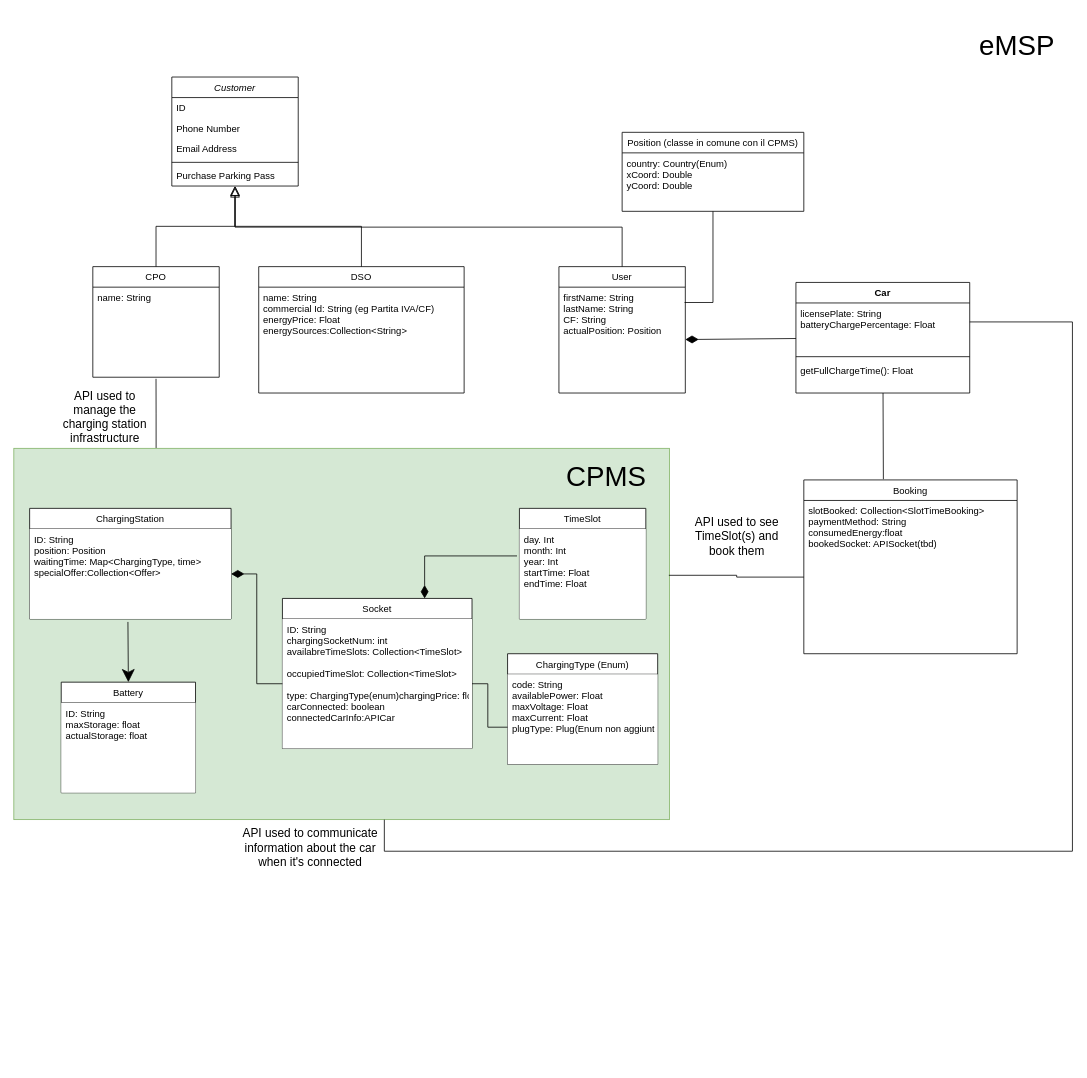
Before: SE2 - UML 1.drawio in Mattia-Zambetti/softeng-GC35, a draw.io diagram. Source tidied: cells renumbered, new cells numbered last; positions are measured from the earlier drawing's top-left corner, leaving out a move shared by most shapes. Both pictures are drawn from the tidied source at 79%, with x=0, y=0 at pixel (13, 13).
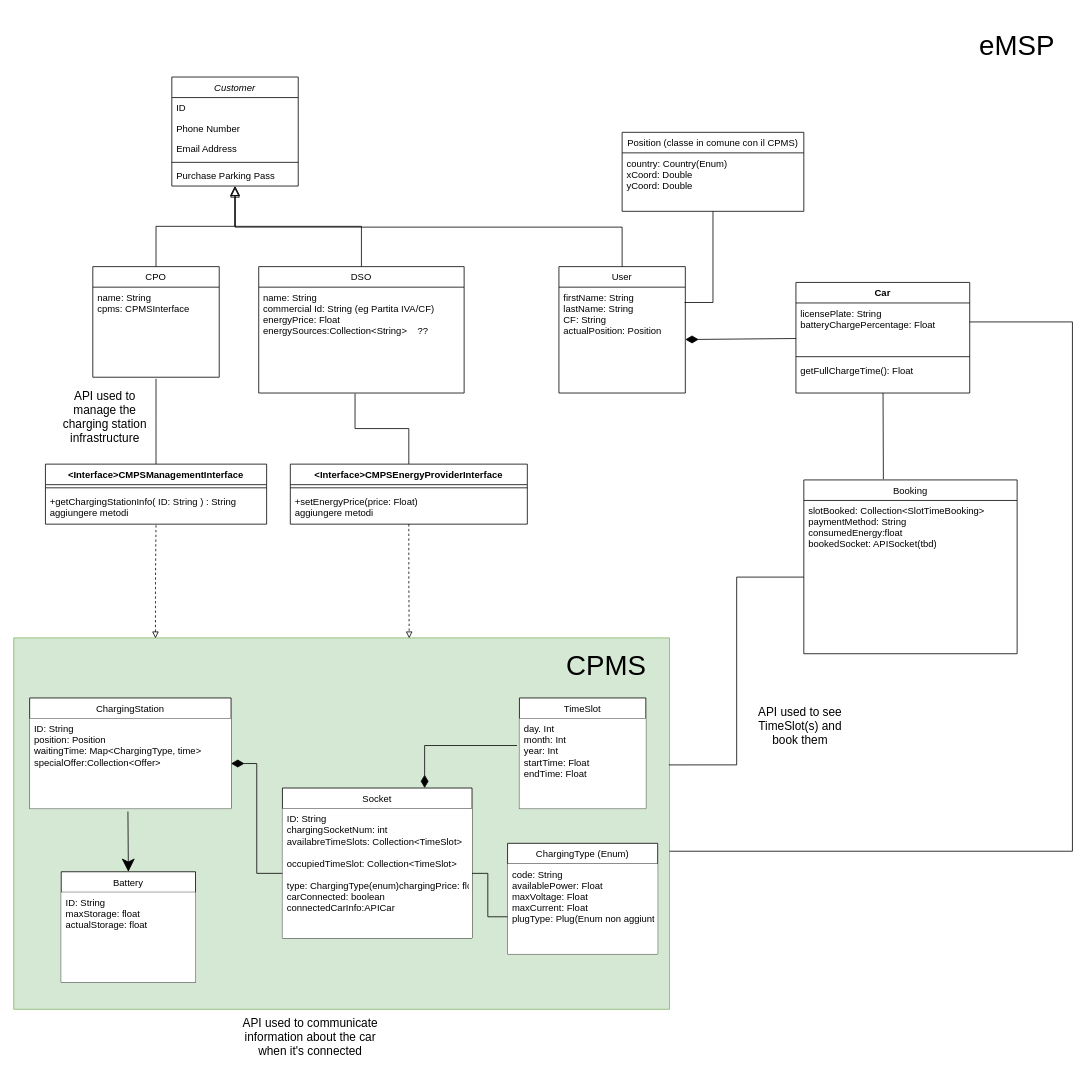
The same page after the edit.

The change refers to these unchanged cells:
```xml
<mxCell id="9" value="CPO" style="swimlane;fontStyle=0;align=center;verticalAlign=top;horizontal=1;startSize=26;rounded=0;shadow=0;strokeWidth=1;" parent="1" vertex="1">
  <mxGeometry x="100" y="320" width="160" height="140" as="geometry" />
</mxCell>
<mxCell id="12" value="DSO" style="swimlane;fontStyle=0;align=center;verticalAlign=top;horizontal=1;startSize=26;rounded=0;shadow=0;strokeWidth=1;" parent="1" vertex="1">
  <mxGeometry x="310" y="320" width="260" height="160" as="geometry" />
</mxCell>
<mxCell id="25" value="ID: String&#10;chargingSocketNum: int&#10;availabreTimeSlots: Collection&lt;TimeSlot&gt;&#10;&#10;occupiedTimeSlot: Collection&lt;TimeSlot&gt;&#10;&#10;type: ChargingType(enum)chargingPrice: float&#10;carConnected: boolean&#10;connectedCarInfo:APICar&#10;" style="text;align=left;verticalAlign=top;spacingLeft=4;spacingRight=4;overflow=hidden;points=[[0,0.5],[1,0.5]];portConstraint=eastwest;rounded=0;shadow=0;html=0;fillColor=default;" parent="24" vertex="1">
  <mxGeometry y="26" width="240" height="164" as="geometry" />
</mxCell>
<mxCell id="39" value="code: String&#10;availablePower: Float&#10;maxVoltage: Float&#10;maxCurrent: Float&#10;plugType: Plug(Enum non aggiunta)&#10;&#10;&#10;&#10;" style="text;align=left;verticalAlign=top;spacingLeft=4;spacingRight=4;overflow=hidden;points=[[0,0.5],[1,0.5]];portConstraint=eastwest;rounded=0;shadow=0;html=0;fillColor=default;" parent="38" vertex="1">
  <mxGeometry y="26" width="190" height="114" as="geometry" />
</mxCell>
```

Diff of the diagram source:
```diff
@@
     <mxCell id="2" value="&lt;blockquote&gt;&lt;blockquote&gt;&lt;blockquote&gt;&lt;div align=&quot;right&quot;&gt;&lt;br&gt;&lt;/div&gt;&lt;/blockquote&gt;&lt;/blockquote&gt;&lt;/blockquote&gt;" style="rounded=0;whiteSpace=wrap;html=1;fillColor=#d5e8d4;strokeColor=#82b366;" parent="1" vertex="1">
-      <mxGeometry y="550" width="830" height="470" as="geometry" />
+      <mxGeometry y="790" width="830" height="470" as="geometry" />
     </mxCell>
@@
-    <mxCell id="10" value="name: String" style="text;align=left;verticalAlign=top;spacingLeft=4;spacingRight=4;overflow=hidden;rounded=0;shadow=0;html=0;" parent="9" vertex="1">
+    <mxCell id="10" value="name: String&#10;cpms: CPMSInterface" style="text;align=left;verticalAlign=top;spacingLeft=4;spacingRight=4;overflow=hidden;rounded=0;shadow=0;html=0;" parent="9" vertex="1">
       <mxGeometry y="26" width="160" height="114" as="geometry" />
     </mxCell>
@@
-    <mxCell id="13" value="name: String&#10;commercial Id: String (eg Partita IVA/CF)&#10;energyPrice: Float&#10;energySources:Collection&lt;String&gt;&#10;" style="text;align=left;verticalAlign=top;spacingLeft=4;spacingRight=4;overflow=hidden;points=[[0,0.5],[1,0.5]];portConstraint=eastwest;" parent="12" vertex="1">
+    <mxCell id="13" value="name: String&#10;commercial Id: String (eg Partita IVA/CF)&#10;energyPrice: Float&#10;energySources:Collection&lt;String&gt;    ??&#10;" style="text;align=left;verticalAlign=top;spacingLeft=4;spacingRight=4;overflow=hidden;points=[[0,0.5],[1,0.5]];portConstraint=eastwest;" parent="12" vertex="1">
       <mxGeometry y="26" width="260" height="134" as="geometry" />
     </mxCell>
@@
-    <mxCell id="19" style="edgeStyle=orthogonalEdgeStyle;rounded=0;jettySize=auto;html=1;endArrow=none;endFill=0;strokeWidth=1;endSize=16;exitX=0.217;exitY=-0.001;exitDx=0;exitDy=0;exitPerimeter=0;" parent="1" edge="1" source="2">
+    <mxCell id="19" style="edgeStyle=orthogonalEdgeStyle;rounded=0;jettySize=auto;html=1;endArrow=none;endFill=0;strokeWidth=1;endSize=16;exitX=0.5;exitY=0;exitDx=0;exitDy=0;" parent="1" edge="1" source="51">
       <mxGeometry relative="1" as="geometry">
         <mxPoint x="180" y="462" as="targetPoint" />
       </mxGeometry>
     </mxCell>
     <mxCell id="20" value="ChargingStation" style="swimlane;fontStyle=0;align=center;verticalAlign=top;horizontal=1;startSize=26;rounded=0;shadow=0;strokeWidth=1;" parent="1" vertex="1">
-      <mxGeometry x="20" y="626" width="255" height="140" as="geometry" />
+      <mxGeometry x="20" y="866" width="255" height="140" as="geometry" />
     </mxCell>
@@
     <mxCell id="22" value="TimeSlot" style="swimlane;fontStyle=0;align=center;verticalAlign=top;horizontal=1;startSize=26;rounded=0;shadow=0;strokeWidth=1;" parent="1" vertex="1">
-      <mxGeometry x="640" y="626" width="160" height="140" as="geometry" />
+      <mxGeometry x="640" y="866" width="160" height="140" as="geometry" />
     </mxCell>
@@
     <mxCell id="24" value="Socket" style="swimlane;fontStyle=0;align=center;verticalAlign=top;horizontal=1;startSize=26;rounded=0;shadow=0;strokeWidth=1;" parent="1" vertex="1">
-      <mxGeometry x="340" y="740" width="240" height="190" as="geometry" />
+      <mxGeometry x="340" y="980" width="240" height="190" as="geometry" />
     </mxCell>
@@
     <mxCell id="29" value="Battery" style="swimlane;fontStyle=0;align=center;verticalAlign=top;horizontal=1;startSize=26;rounded=0;shadow=0;strokeWidth=1;" parent="1" vertex="1">
-      <mxGeometry x="60" y="846" width="170" height="140" as="geometry" />
+      <mxGeometry x="60" y="1086" width="170" height="140" as="geometry" />
     </mxCell>
@@
     <mxCell id="34" value="&lt;font style=&quot;font-size: 35px;&quot;&gt;CPMS&lt;/font&gt;" style="text;html=1;strokeColor=none;fillColor=none;align=center;verticalAlign=middle;whiteSpace=wrap;rounded=0;" parent="1" vertex="1">
-      <mxGeometry x="690" y="570" width="120" height="30" as="geometry" />
+      <mxGeometry x="690" y="810" width="120" height="30" as="geometry" />
     </mxCell>
     <mxCell id="35" value="&lt;div&gt;API used to see &lt;br&gt;&lt;/div&gt;&lt;div&gt;TimeSlot(s) and &lt;br&gt;&lt;/div&gt;&lt;div&gt;book them&lt;/div&gt;" style="text;html=1;align=center;verticalAlign=middle;strokeColor=none;fillColor=none;fontSize=15;" parent="1" vertex="1">
-      <mxGeometry x="850" y="626" width="130" height="70" as="geometry" />
+      <mxGeometry x="930" y="866" width="130" height="70" as="geometry" />
     </mxCell>
@@
     <mxCell id="38" value="ChargingType (Enum)" style="swimlane;fontStyle=0;align=center;verticalAlign=top;horizontal=1;startSize=26;rounded=0;shadow=0;strokeWidth=1;" parent="1" vertex="1">
-      <mxGeometry x="625" y="810" width="190" height="140" as="geometry" />
+      <mxGeometry x="625" y="1050" width="190" height="140" as="geometry" />
     </mxCell>
@@
     <mxCell id="40" style="edgeStyle=orthogonalEdgeStyle;rounded=0;jettySize=auto;html=1;fontSize=35;endArrow=none;endFill=0;entryX=1;entryY=0.5;entryDx=0;entryDy=0;" parent="1" edge="1" source="39" target="25">
       <mxGeometry relative="1" as="geometry">
         <Array as="points">
-          <mxPoint x="600" y="903" />
-          <mxPoint x="600" y="848" />
+          <mxPoint x="600" y="1143" />
+          <mxPoint x="600" y="1088" />
         </Array>
       </mxGeometry>
     </mxCell>
@@
     <mxCell id="43" value="&lt;div&gt;API used to communicate&lt;/div&gt;&lt;div&gt;information about the car&lt;/div&gt;&lt;div&gt;when it's connected&lt;br&gt;&lt;/div&gt;" style="text;html=1;align=center;verticalAlign=middle;strokeColor=none;fillColor=none;fontSize=15;" parent="1" vertex="1">
-      <mxGeometry x="280" y="1020" width="190" height="70" as="geometry" />
+      <mxGeometry x="280" y="1260" width="190" height="70" as="geometry" />
     </mxCell>
@@
+    <mxCell id="51" value="&lt;Interface&gt;CMPSManagementInterface" style="swimlane;fontStyle=1;align=center;verticalAlign=top;horizontal=1;startSize=26;fontSize=12;fillColor=default;" parent="1" vertex="1">
+      <mxGeometry x="40" y="570" width="280" height="76" as="geometry" />
+    </mxCell>
+    <mxCell id="52" style="line;strokeWidth=1;fillColor=none;align=left;verticalAlign=middle;spacingTop=-1;spacingLeft=3;spacingRight=3;labelPosition=right;strokeColor=inherit;fontSize=35;" parent="51" vertex="1">
+      <mxGeometry y="26" width="280" height="8" as="geometry" />
+    </mxCell>
+    <mxCell id="53" value="+getChargingStationInfo( ID: String ) : String&#10;aggiungere metodi&#10;" style="text;strokeColor=none;fillColor=none;align=left;verticalAlign=top;spacingLeft=4;spacingRight=4;overflow=hidden;fontSize=12;" parent="51" vertex="1">
+      <mxGeometry y="34" width="280" height="42" as="geometry" />
+    </mxCell>
+    <mxCell id="54" style="edgeStyle=orthogonalEdgeStyle;rounded=0;jettySize=auto;html=1;endArrow=none;endFill=0;strokeWidth=1;endSize=16;exitX=0.216;exitY=0.001;exitDx=0;exitDy=0;entryX=0.5;entryY=1;entryDx=0;entryDy=0;exitPerimeter=0;dashed=1;startArrow=block;startFill=0;" parent="1" edge="1" source="2" target="51">
+      <mxGeometry relative="1" as="geometry" />
+    </mxCell>
+    <mxCell id="55" style="edgeStyle=orthogonalEdgeStyle;rounded=0;jettySize=auto;html=1;entryX=0.469;entryY=1.005;entryDx=0;entryDy=0;entryPerimeter=0;endArrow=none;endFill=0;" parent="1" edge="1" source="57" target="13">
+      <mxGeometry relative="1" as="geometry" />
+    </mxCell>
+    <mxCell id="56" style="edgeStyle=orthogonalEdgeStyle;rounded=0;jettySize=auto;html=1;entryX=0.603;entryY=0.001;entryDx=0;entryDy=0;entryPerimeter=0;endArrow=block;endFill=0;dashed=1;" parent="1" edge="1" source="57" target="2">
+      <mxGeometry relative="1" as="geometry" />
+    </mxCell>
+    <mxCell id="57" value="&lt;Interface&gt;CMPSEnergyProviderInterface" style="swimlane;fontStyle=1;align=center;verticalAlign=top;horizontal=1;startSize=26;fontSize=12;fillColor=default;" parent="1" vertex="1">
+      <mxGeometry x="350" y="570" width="300" height="76" as="geometry" />
+    </mxCell>
+    <mxCell id="58" style="line;strokeWidth=1;fillColor=none;align=left;verticalAlign=middle;spacingTop=-1;spacingLeft=3;spacingRight=3;labelPosition=right;strokeColor=inherit;fontSize=35;" parent="57" vertex="1">
+      <mxGeometry y="26" width="300" height="8" as="geometry" />
+    </mxCell>
+    <mxCell id="59" value="+setEnergyPrice(price: Float)&#10;aggiungere metodi&#10;" style="text;strokeColor=none;fillColor=none;align=left;verticalAlign=top;spacingLeft=4;spacingRight=4;overflow=hidden;fontSize=12;" parent="57" vertex="1">
+      <mxGeometry y="34" width="300" height="42" as="geometry" />
+    </mxCell>
```
